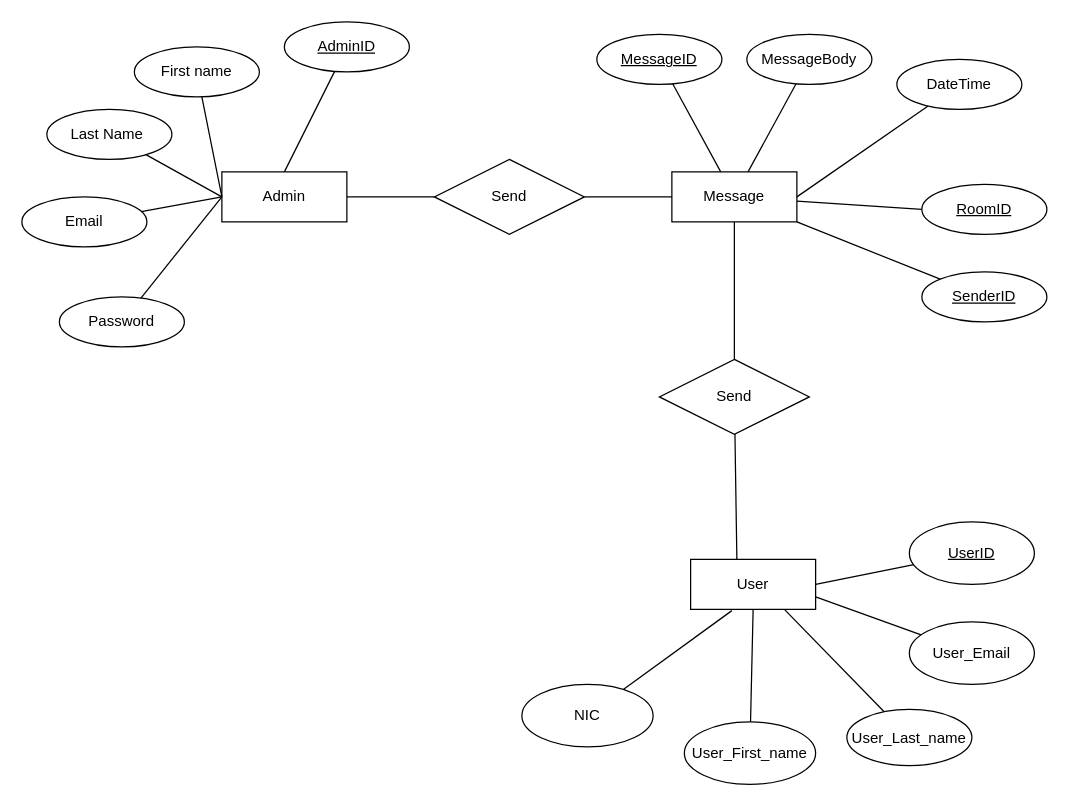
The draw.io diagram Diagram/er.drawio in LalinduWenasara/Hotel-Management-System-api, before the edit. Source tidied: cells renumbered, new cells numbered last; positions are measured from the earlier drawing's top-left corner, leaving out a move shared by most shapes. Both pictures are drawn from the tidied source at 125%, with x=0, y=0 at pixel (21, 21).
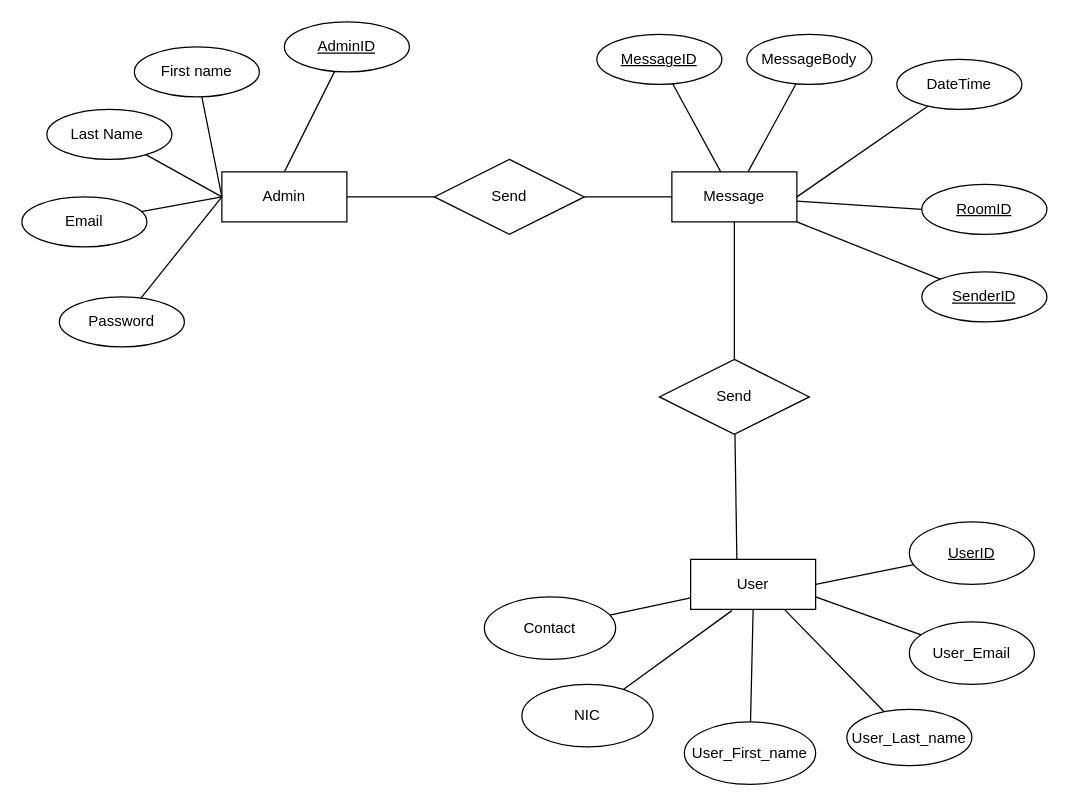
The same page after the edit.

The change refers to these unchanged cells:
```xml
<mxCell id="23" value="User" style="whiteSpace=wrap;html=1;align=center;" parent="1" vertex="1">
  <mxGeometry x="535" y="430" width="100" height="40" as="geometry" />
</mxCell>
```

What changed in the source:
```diff
@@
+    <mxCell id="41" style="edgeStyle=none;rounded=0;jettySize=auto;html=1;endArrow=none;endFill=0;" parent="1" edge="1" source="23" target="42">
+      <mxGeometry relative="1" as="geometry" />
+    </mxCell>
@@
+    <mxCell id="42" value="Contact" style="ellipse;whiteSpace=wrap;html=1;align=center;" parent="1" vertex="1">
+      <mxGeometry x="370" y="460" width="105" height="50" as="geometry" />
+    </mxCell>
```
